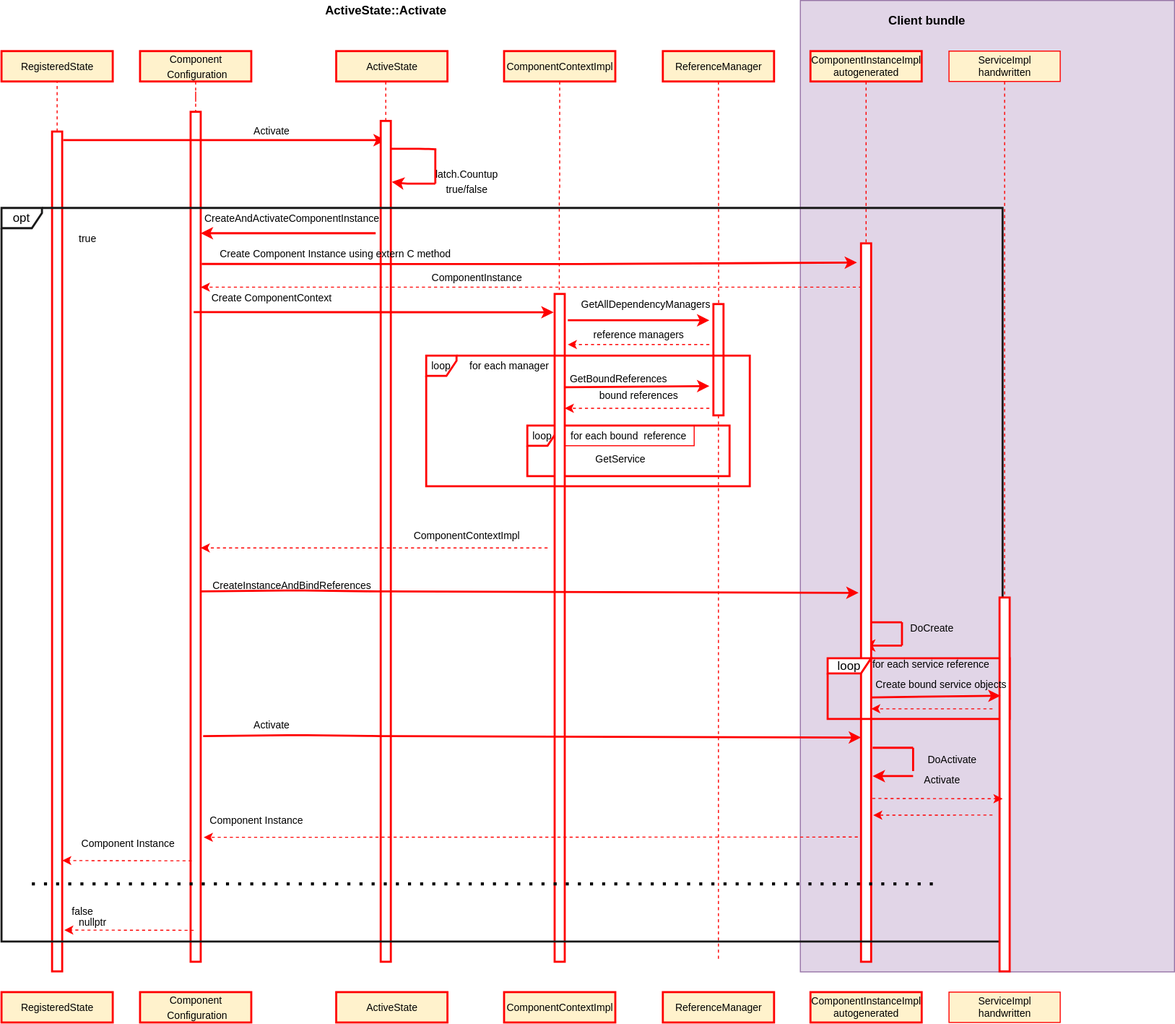
Above: text/0003-declarative-services/ActiveStateActivate.svg in CppMicroServices/rfcs (draw.io), before the change. Source tidied: cells renumbered, new cells last; positions are measured from the earlier drawing's top-left corner, leaving out a move shared by most shapes.
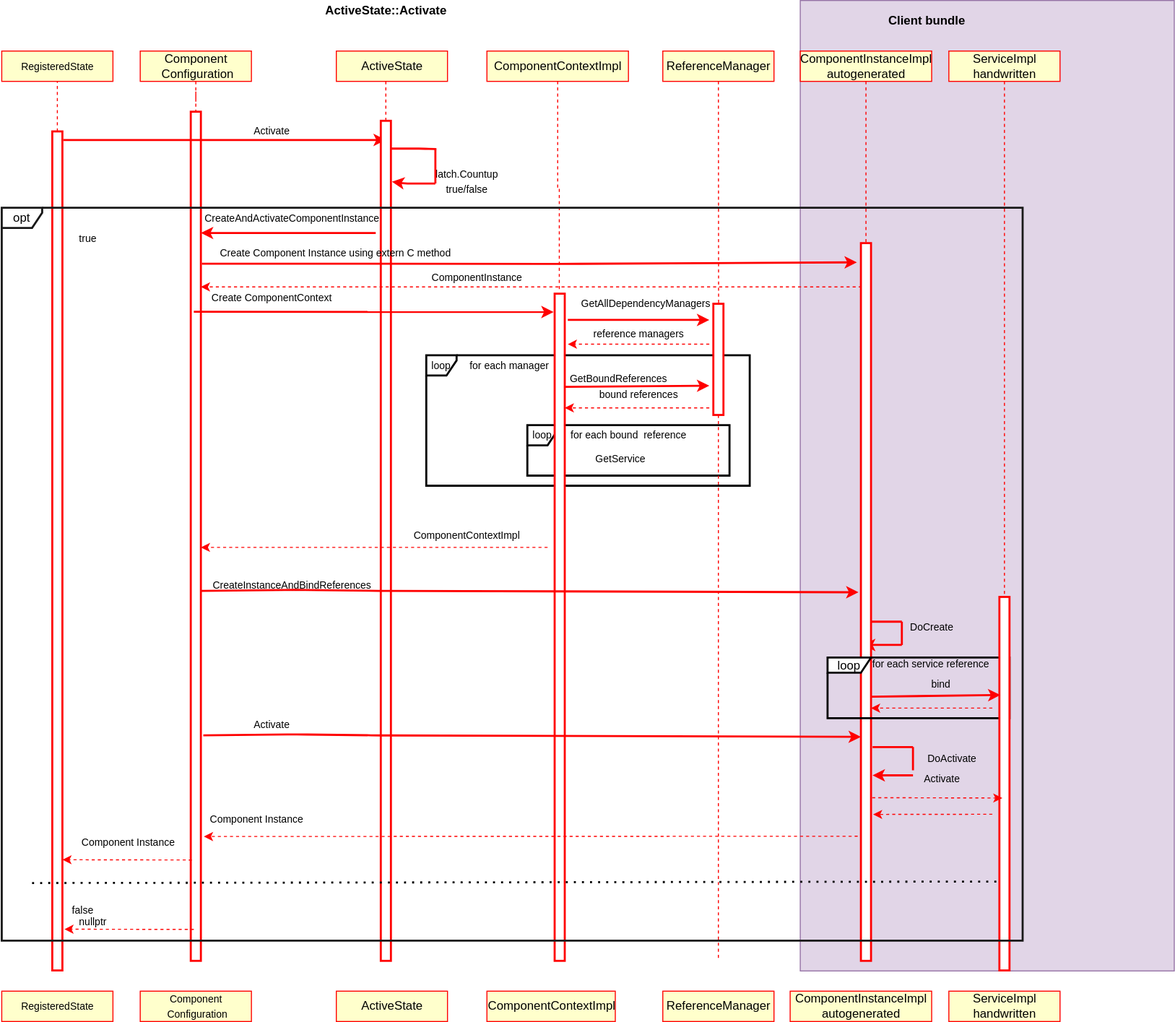
The same file after the commit.

What changed in the source:
```diff
@@ -2,6 +2,9 @@
   <root>
     <mxCell id="0" />
     <mxCell id="1" parent="0" />
+    <mxCell id="67" value="loop" style="shape=umlFrame;whiteSpace=wrap;html=1;strokeWidth=2;fontSize=10;width=30;height=20;" parent="1" vertex="1">
+      <mxGeometry x="420" y="351" width="320" height="129" as="geometry" />
+    </mxCell>
     <mxCell id="2" style="rounded=0;whiteSpace=wrap;html=1;strokeColor=#9673a6;strokeWidth=1;fillColor=#e1d5e7;" parent="1" vertex="1">
       <mxGeometry x="790" width="370" height="960" as="geometry" />
     </mxCell>
@@ -11,7 +14,7 @@
     <mxCell id="4" style="edgeStyle=orthogonalEdgeStyle;rounded=0;jettySize=auto;html=1;dashed=1;endArrow=none;endFill=0;strokeColor=#FF0000;strokeWidth=1;" parent="1" edge="1" source="5" target="3">
       <mxGeometry relative="1" as="geometry" />
     </mxCell>
-    <mxCell id="5" value="&lt;font style=&quot;font-size: 10px&quot;&gt;Component&lt;br&gt;&amp;nbsp;Configuration&lt;/font&gt;" style="html=1;strokeWidth=2;fillColor=#fff2cc;strokeColor=#FF0000;" parent="1" vertex="1">
+    <mxCell id="5" value="&lt;font style=&quot;font-size: 12px;&quot;&gt;Component&lt;br style=&quot;font-size: 12px;&quot;&gt;&amp;nbsp;Configuration&lt;/font&gt;" style="html=1;strokeWidth=1;strokeColor=#FF0000;fillColor=#FFFFCC;fontSize=12;" parent="1" vertex="1">
       <mxGeometry x="137" y="50" width="110" height="30" as="geometry" />
     </mxCell>
     <mxCell id="6" value="&lt;font style=&quot;font-size: 12px&quot;&gt;&lt;b&gt;ActiveState::Activate&lt;/b&gt;&lt;/font&gt;" style="text;html=1;align=center;verticalAlign=middle;fontSize=10;" parent="1" vertex="1">
@@ -29,7 +32,7 @@
     <mxCell id="8" value="&lt;font style=&quot;font-size: 10px&quot;&gt;Activate&lt;/font&gt;" style="text;html=1;align=center;verticalAlign=middle;" parent="1" vertex="1">
       <mxGeometry x="242" y="119" width="50" height="20" as="geometry" />
     </mxCell>
-    <mxCell id="9" value="&lt;font style=&quot;font-size: 10px;&quot;&gt;ActiveState&lt;/font&gt;" style="html=1;strokeWidth=2;fontSize=10;fillColor=#fff2cc;strokeColor=#FF0000;" parent="1" vertex="1">
+    <mxCell id="9" value="&lt;font style=&quot;font-size: 12px;&quot;&gt;ActiveState&lt;/font&gt;" style="html=1;strokeWidth=1;fontSize=12;strokeColor=#FF0000;fillColor=#FFFFCC;" parent="1" vertex="1">
       <mxGeometry x="331" y="50" width="110" height="30" as="geometry" />
     </mxCell>
     <mxCell id="10" style="rounded=0;orthogonalLoop=1;jettySize=auto;html=1;dashed=1;endArrow=none;endFill=0;strokeWidth=1;strokeColor=#FF0000;" parent="1" edge="1">
@@ -82,13 +85,13 @@
     <mxCell id="18" style="edgeStyle=orthogonalEdgeStyle;rounded=0;jettySize=auto;html=1;entryX=0.46;entryY=-0.006;entryDx=0;entryDy=0;entryPerimeter=0;endArrow=none;endFill=0;strokeColor=#FF0000;strokeWidth=1;dashed=1;" parent="1" edge="1" source="19" target="38">
       <mxGeometry relative="1" as="geometry" />
     </mxCell>
-    <mxCell id="19" value="&lt;font style=&quot;font-size: 10px&quot;&gt;ComponentContextImpl&lt;/font&gt;" style="html=1;strokeWidth=2;fontSize=10;fillColor=#fff2cc;strokeColor=#FF0000;" parent="1" vertex="1">
-      <mxGeometry x="497" y="50" width="110" height="30" as="geometry" />
+    <mxCell id="19" value="&lt;font style=&quot;font-size: 12px;&quot;&gt;ComponentContextImpl&lt;/font&gt;" style="html=1;strokeWidth=1;fontSize=12;strokeColor=#FF0000;fillColor=#FFFFCC;" parent="1" vertex="1">
+      <mxGeometry x="480" y="50" width="140" height="30" as="geometry" />
     </mxCell>
     <mxCell id="20" style="edgeStyle=none;rounded=0;jettySize=auto;html=1;dashed=1;startArrow=none;startFill=0;endArrow=none;endFill=0;strokeWidth=1;fontSize=10;entryX=0.52;entryY=-0.007;entryDx=0;entryDy=0;entryPerimeter=0;strokeColor=#FF0000;" parent="1" edge="1" source="21" target="40">
       <mxGeometry relative="1" as="geometry" />
     </mxCell>
-    <mxCell id="21" value="&lt;font style=&quot;font-size: 10px&quot;&gt;ReferenceManager&lt;/font&gt;" style="html=1;strokeWidth=2;fontSize=10;fillColor=#fff2cc;strokeColor=#FF0000;" parent="1" vertex="1">
+    <mxCell id="21" value="&lt;font style=&quot;font-size: 12px;&quot;&gt;ReferenceManager&lt;/font&gt;" style="html=1;strokeWidth=1;fontSize=12;strokeColor=#FF0000;fillColor=#FFFFCC;" parent="1" vertex="1">
       <mxGeometry x="654" y="50" width="110" height="30" as="geometry" />
     </mxCell>
     <mxCell id="22" value="CreateInstanceAndBindReferences" style="text;html=1;align=center;verticalAlign=middle;fontSize=10;" parent="1" vertex="1">
@@ -102,10 +105,10 @@
         <mxPoint x="852" y="637.5" as="targetPoint" />
       </mxGeometry>
     </mxCell>
-    <mxCell id="25" value="loop" style="shape=umlFrame;whiteSpace=wrap;html=1;strokeWidth=2;fontSize=10;width=30;height=20;strokeColor=#FF0000;" parent="1" vertex="1">
+    <mxCell id="25" value="loop" style="shape=umlFrame;whiteSpace=wrap;html=1;strokeWidth=2;fontSize=10;width=30;height=20;" parent="1" vertex="1">
       <mxGeometry x="520" y="420" width="200" height="50" as="geometry" />
     </mxCell>
-    <mxCell id="26" value="for each bound&amp;nbsp; reference" style="text;html=1;align=center;verticalAlign=middle;fontSize=10;strokeColor=#FF0000;" parent="1" vertex="1">
+    <mxCell id="26" value="for each bound&amp;nbsp; reference" style="text;html=1;align=center;verticalAlign=middle;fontSize=10;" parent="1" vertex="1">
       <mxGeometry x="555" y="420" width="130" height="20" as="geometry" />
     </mxCell>
     <mxCell id="27" value="Activate" style="text;html=1;align=center;verticalAlign=middle;fontSize=10;" parent="1" vertex="1">
@@ -123,7 +126,7 @@
     <mxCell id="30" value="DoActivate" style="text;html=1;align=center;verticalAlign=middle;fontSize=10;" parent="1" vertex="1">
       <mxGeometry x="910" y="740" width="60" height="20" as="geometry" />
     </mxCell>
-    <mxCell id="31" value="&lt;span style=&quot;font-size: 10px&quot;&gt;RegisteredState&lt;/span&gt;" style="html=1;strokeWidth=2;fillColor=#fff2cc;strokeColor=#FF0000;" parent="1" vertex="1">
+    <mxCell id="31" value="&lt;span style=&quot;font-size: 10px&quot;&gt;RegisteredState&lt;/span&gt;" style="html=1;strokeWidth=1;strokeColor=#FF0000;fillColor=#FFFFCC;" parent="1" vertex="1">
       <mxGeometry y="50" width="110" height="30" as="geometry" />
     </mxCell>
     <mxCell id="32" style="edgeStyle=orthogonalEdgeStyle;rounded=0;jettySize=auto;html=1;strokeColor=#FF0000;strokeWidth=1;endArrow=none;endFill=0;dashed=1;" parent="1" edge="1" source="33" target="31">
@@ -175,8 +178,8 @@
     <mxCell id="44" style="edgeStyle=orthogonalEdgeStyle;rounded=0;jettySize=auto;html=1;entryX=0.5;entryY=0;entryDx=0;entryDy=0;entryPerimeter=0;endArrow=none;endFill=0;strokeColor=#FF0000;strokeWidth=1;dashed=1;" parent="1" edge="1" source="45" target="46">
       <mxGeometry relative="1" as="geometry" />
     </mxCell>
-    <mxCell id="45" value="ComponentInstanceImpl&lt;br&gt;autogenerated" style="html=1;strokeWidth=2;fontSize=10;fillColor=#fff2cc;strokeColor=#FF0000;" parent="1" vertex="1">
-      <mxGeometry x="800" y="50" width="110" height="30" as="geometry" />
+    <mxCell id="45" value="ComponentInstanceImpl&lt;br style=&quot;font-size: 12px;&quot;&gt;autogenerated" style="html=1;strokeWidth=1;fontSize=12;strokeColor=#FF0000;fillColor=#FFFFCC;" parent="1" vertex="1">
+      <mxGeometry x="790" y="50" width="130" height="30" as="geometry" />
     </mxCell>
     <mxCell id="46" style="html=1;points=[];perimeter=orthogonalPerimeter;strokeWidth=2;strokeColor=#FF0000;" parent="1" vertex="1">
       <mxGeometry x="850" y="240" width="10" height="710" as="geometry" />
@@ -222,10 +225,9 @@
         </Array>
       </mxGeometry>
     </mxCell>
-    <mxCell id="56" style="endArrow=none;dashed=1;html=1;dashPattern=1 3;strokeWidth=3;" parent="1" edge="1">
+    <mxCell id="56" style="endArrow=none;dashed=1;html=1;dashPattern=1 3;strokeWidth=2;entryX=-0.1;entryY=0.762;entryDx=0;entryDy=0;entryPerimeter=0;" parent="1" edge="1" target="77">
       <mxGeometry relative="1" as="geometry">
         <mxPoint x="30" y="873" as="sourcePoint" />
-        <mxPoint x="930" y="873" as="targetPoint" />
       </mxGeometry>
     </mxCell>
     <mxCell id="57" value="&lt;font style=&quot;font-size: 10px&quot;&gt;false&lt;/font&gt;" style="text;html=1;align=center;verticalAlign=middle;rotation=0;" parent="1" vertex="1">
@@ -275,13 +277,10 @@
         <mxPoint x="546" y="308.1" as="targetPoint" />
       </mxGeometry>
     </mxCell>
-    <mxCell id="67" value="loop" style="shape=umlFrame;whiteSpace=wrap;html=1;strokeWidth=2;fontSize=10;width=30;height=20;strokeColor=#FF0000;" parent="1" vertex="1">
-      <mxGeometry x="420" y="351" width="320" height="129" as="geometry" />
-    </mxCell>
     <mxCell id="68" value="&lt;font style=&quot;font-size: 10px&quot;&gt;for each service reference&lt;br&gt;&lt;/font&gt;" style="text;html=1;align=center;verticalAlign=middle;" parent="1" vertex="1">
       <mxGeometry x="854" y="646" width="130" height="20" as="geometry" />
     </mxCell>
-    <mxCell id="69" value="loop" style="shape=umlFrame;whiteSpace=wrap;html=1;strokeColor=#FF0000;strokeWidth=2;width=43;height=15;" parent="1" vertex="1">
+    <mxCell id="69" value="loop" style="shape=umlFrame;whiteSpace=wrap;html=1;strokeWidth=2;width=43;height=15;" parent="1" vertex="1">
       <mxGeometry x="817" y="650" width="180" height="60" as="geometry" />
     </mxCell>
     <mxCell id="70" value="&lt;font style=&quot;font-size: 10px&quot;&gt;DoCreate&lt;br&gt;&lt;/font&gt;" style="text;html=1;align=center;verticalAlign=middle;" parent="1" vertex="1">
@@ -306,13 +305,10 @@
     <mxCell id="73" value="&lt;font style=&quot;font-size: 10px&quot;&gt;Component Instance&lt;/font&gt;" style="text;html=1;align=center;verticalAlign=middle;" parent="1" vertex="1">
       <mxGeometry x="70" y="823" width="110" height="20" as="geometry" />
     </mxCell>
-    <mxCell id="74" value="opt" style="shape=umlFrame;whiteSpace=wrap;html=1;strokeWidth=2;width=40;height=20;strokeColor=#191919;" parent="1" vertex="1">
-      <mxGeometry y="205" width="990" height="725" as="geometry" />
-    </mxCell>
     <mxCell id="75" style="edgeStyle=orthogonalEdgeStyle;rounded=0;jettySize=auto;html=1;dashed=1;endArrow=none;endFill=0;strokeColor=#FF0000;strokeWidth=1;" parent="1" edge="1" source="76" target="77">
       <mxGeometry relative="1" as="geometry" />
     </mxCell>
-    <mxCell id="76" value="&lt;font style=&quot;font-size: 10px&quot;&gt;ServiceImpl&lt;br&gt;handwritten&lt;br&gt;&lt;/font&gt;" style="html=1;strokeWidth=1;fontSize=10;fillColor=#fff2cc;strokeColor=#FF0000;" parent="1" vertex="1">
+    <mxCell id="76" value="&lt;font style=&quot;font-size: 12px;&quot;&gt;ServiceImpl&lt;br style=&quot;font-size: 12px;&quot;&gt;handwritten&lt;br style=&quot;font-size: 12px;&quot;&gt;&lt;/font&gt;" style="html=1;strokeWidth=1;fontSize=12;strokeColor=#FF0000;fillColor=#FFFFCC;" parent="1" vertex="1">
       <mxGeometry x="937" y="50" width="110" height="30" as="geometry" />
     </mxCell>
     <mxCell id="77" style="html=1;points=[];perimeter=orthogonalPerimeter;strokeWidth=2;strokeColor=#FF0000;" parent="1" vertex="1">
@@ -323,8 +319,8 @@
         <mxPoint x="988" y="687" as="targetPoint" />
       </mxGeometry>
     </mxCell>
-    <mxCell id="79" value="&lt;font style=&quot;font-size: 10px&quot;&gt;Create bound service objects&lt;/font&gt;" style="text;html=1;align=center;verticalAlign=middle;" parent="1" vertex="1">
-      <mxGeometry x="854" y="666" width="150" height="20" as="geometry" />
+    <mxCell id="79" value="&lt;font style=&quot;font-size: 10px&quot;&gt;bind&lt;/font&gt;" style="text;html=1;align=center;verticalAlign=middle;" parent="1" vertex="1">
+      <mxGeometry x="914" y="666" width="30" height="20" as="geometry" />
     </mxCell>
     <mxCell id="80" style="endArrow=classic;html=1;strokeColor=#FF0000;strokeWidth=1;dashed=1;" parent="1" edge="1" target="46">
       <mxGeometry relative="1" as="geometry">
@@ -348,26 +344,29 @@
     <mxCell id="84" value="&lt;b&gt;Client bundle&lt;/b&gt;" style="text;html=1;align=center;verticalAlign=middle;" parent="1" vertex="1">
       <mxGeometry x="870" y="10" width="90" height="20" as="geometry" />
     </mxCell>
-    <mxCell id="85" value="&lt;font style=&quot;font-size: 10px&quot;&gt;Component&lt;br&gt;&amp;nbsp;Configuration&lt;/font&gt;" style="html=1;strokeWidth=2;fillColor=#fff2cc;strokeColor=#FF0000;" parent="1" vertex="1">
+    <mxCell id="85" value="&lt;font style=&quot;font-size: 10px&quot;&gt;Component&lt;br&gt;&amp;nbsp;Configuration&lt;/font&gt;" style="html=1;strokeWidth=1;strokeColor=#FF0000;fillColor=#FFFFCC;" parent="1" vertex="1">
       <mxGeometry x="137" y="980" width="110" height="30" as="geometry" />
     </mxCell>
-    <mxCell id="86" value="&lt;font style=&quot;font-size: 10px;&quot;&gt;ActiveState&lt;/font&gt;" style="html=1;strokeWidth=2;fontSize=10;fillColor=#fff2cc;strokeColor=#FF0000;" parent="1" vertex="1">
+    <mxCell id="86" value="&lt;font style=&quot;font-size: 12px;&quot;&gt;ActiveState&lt;/font&gt;" style="html=1;strokeWidth=1;fontSize=12;strokeColor=#FF0000;fillColor=#FFFFCC;" parent="1" vertex="1">
       <mxGeometry x="331" y="980" width="110" height="30" as="geometry" />
     </mxCell>
-    <mxCell id="87" value="&lt;font style=&quot;font-size: 10px&quot;&gt;ComponentContextImpl&lt;/font&gt;" style="html=1;strokeWidth=2;fontSize=10;fillColor=#fff2cc;strokeColor=#FF0000;" parent="1" vertex="1">
-      <mxGeometry x="497" y="980" width="110" height="30" as="geometry" />
+    <mxCell id="87" value="&lt;font style=&quot;font-size: 12px;&quot;&gt;ComponentContextImpl&lt;/font&gt;" style="html=1;strokeWidth=1;fontSize=12;strokeColor=#FF0000;fillColor=#FFFFCC;" parent="1" vertex="1">
+      <mxGeometry x="480" y="980" width="127" height="30" as="geometry" />
     </mxCell>
-    <mxCell id="88" value="&lt;font style=&quot;font-size: 10px&quot;&gt;ReferenceManager&lt;/font&gt;" style="html=1;strokeWidth=2;fontSize=10;fillColor=#fff2cc;strokeColor=#FF0000;" parent="1" vertex="1">
+    <mxCell id="88" value="&lt;font style=&quot;font-size: 12px;&quot;&gt;ReferenceManager&lt;/font&gt;" style="html=1;strokeWidth=1;fontSize=12;strokeColor=#FF0000;fillColor=#FFFFCC;" parent="1" vertex="1">
       <mxGeometry x="654" y="980" width="110" height="30" as="geometry" />
     </mxCell>
-    <mxCell id="89" value="&lt;span style=&quot;font-size: 10px&quot;&gt;RegisteredState&lt;/span&gt;" style="html=1;strokeWidth=2;fillColor=#fff2cc;strokeColor=#FF0000;" parent="1" vertex="1">
+    <mxCell id="89" value="&lt;span style=&quot;font-size: 10px&quot;&gt;RegisteredState&lt;/span&gt;" style="html=1;strokeWidth=1;strokeColor=#FF0000;fillColor=#FFFFCC;" parent="1" vertex="1">
       <mxGeometry y="980" width="110" height="30" as="geometry" />
     </mxCell>
-    <mxCell id="90" value="ComponentInstanceImpl&lt;br&gt;autogenerated" style="html=1;strokeWidth=2;fontSize=10;fillColor=#fff2cc;strokeColor=#FF0000;" parent="1" vertex="1">
-      <mxGeometry x="800" y="980" width="110" height="30" as="geometry" />
+    <mxCell id="90" value="ComponentInstanceImpl&lt;br style=&quot;font-size: 12px;&quot;&gt;autogenerated" style="html=1;strokeWidth=1;fontSize=12;strokeColor=#FF0000;fillColor=#FFFFCC;" parent="1" vertex="1">
+      <mxGeometry x="780" y="980" width="140" height="30" as="geometry" />
     </mxCell>
-    <mxCell id="91" value="&lt;font style=&quot;font-size: 10px&quot;&gt;ServiceImpl&lt;br&gt;handwritten&lt;br&gt;&lt;/font&gt;" style="html=1;strokeWidth=1;fontSize=10;fillColor=#fff2cc;strokeColor=#FF0000;" parent="1" vertex="1">
+    <mxCell id="91" value="&lt;font style=&quot;font-size: 12px;&quot;&gt;ServiceImpl&lt;br style=&quot;font-size: 12px;&quot;&gt;handwritten&lt;br style=&quot;font-size: 12px;&quot;&gt;&lt;/font&gt;" style="html=1;strokeWidth=1;fontSize=12;strokeColor=#FF0000;fillColor=#FFFFCC;" parent="1" vertex="1">
       <mxGeometry x="937" y="980" width="110" height="30" as="geometry" />
     </mxCell>
+    <mxCell id="74" value="opt" style="shape=umlFrame;whiteSpace=wrap;html=1;strokeWidth=2;width=40;height=20;strokeColor=#191919;" parent="1" vertex="1">
+      <mxGeometry y="205" width="1010" height="725" as="geometry" />
+    </mxCell>
   </root>
 </mxGraphModel>
```
